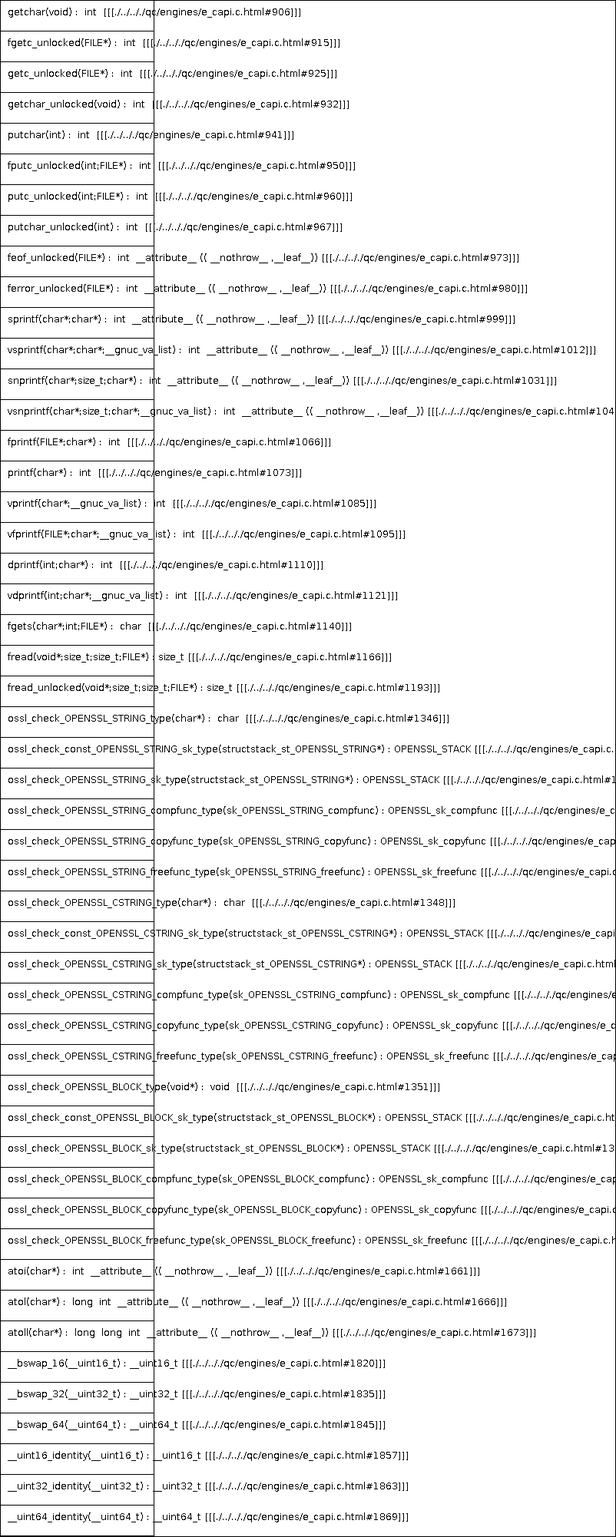
Earlier version of the PlantUML export docs/qc/engines/e_capi.c.png (qualitesys/openssl). Its source is kept beside it as docs/qc/engines/e_capi.c.puml.
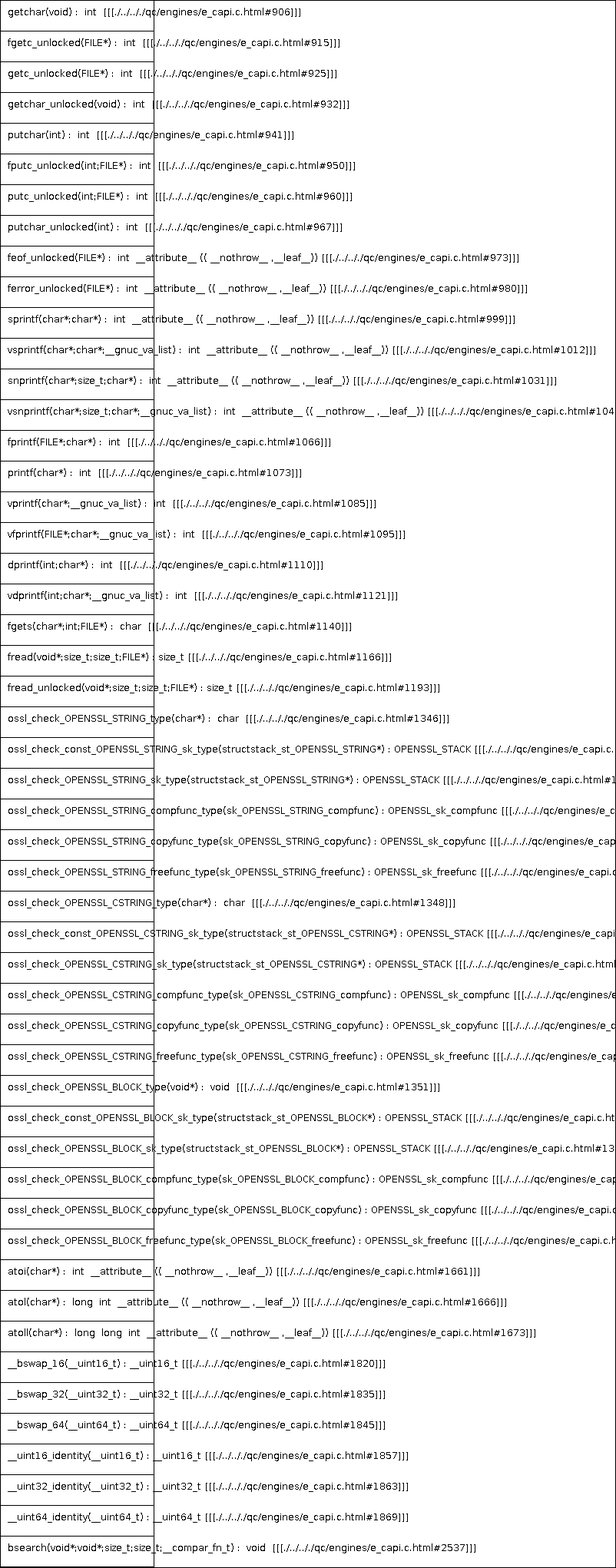
Above is the later version.

What changed in the source:
```diff
@@ -51,5 +51,6 @@
 __uint16_identity(__uint16_t) : __uint16_t [[[./../.././qc/engines/e_capi.c.html#1857]]]
 __uint32_identity(__uint32_t) : __uint32_t [[[./../.././qc/engines/e_capi.c.html#1863]]]
 __uint64_identity(__uint64_t) : __uint64_t [[[./../.././qc/engines/e_capi.c.html#1869]]]
+bsearch(void*;void*;size_t;size_t;__compar_fn_t) :  void  [[[./../.././qc/engines/e_capi.c.html#2537]]]
 }
 @enduml
```
